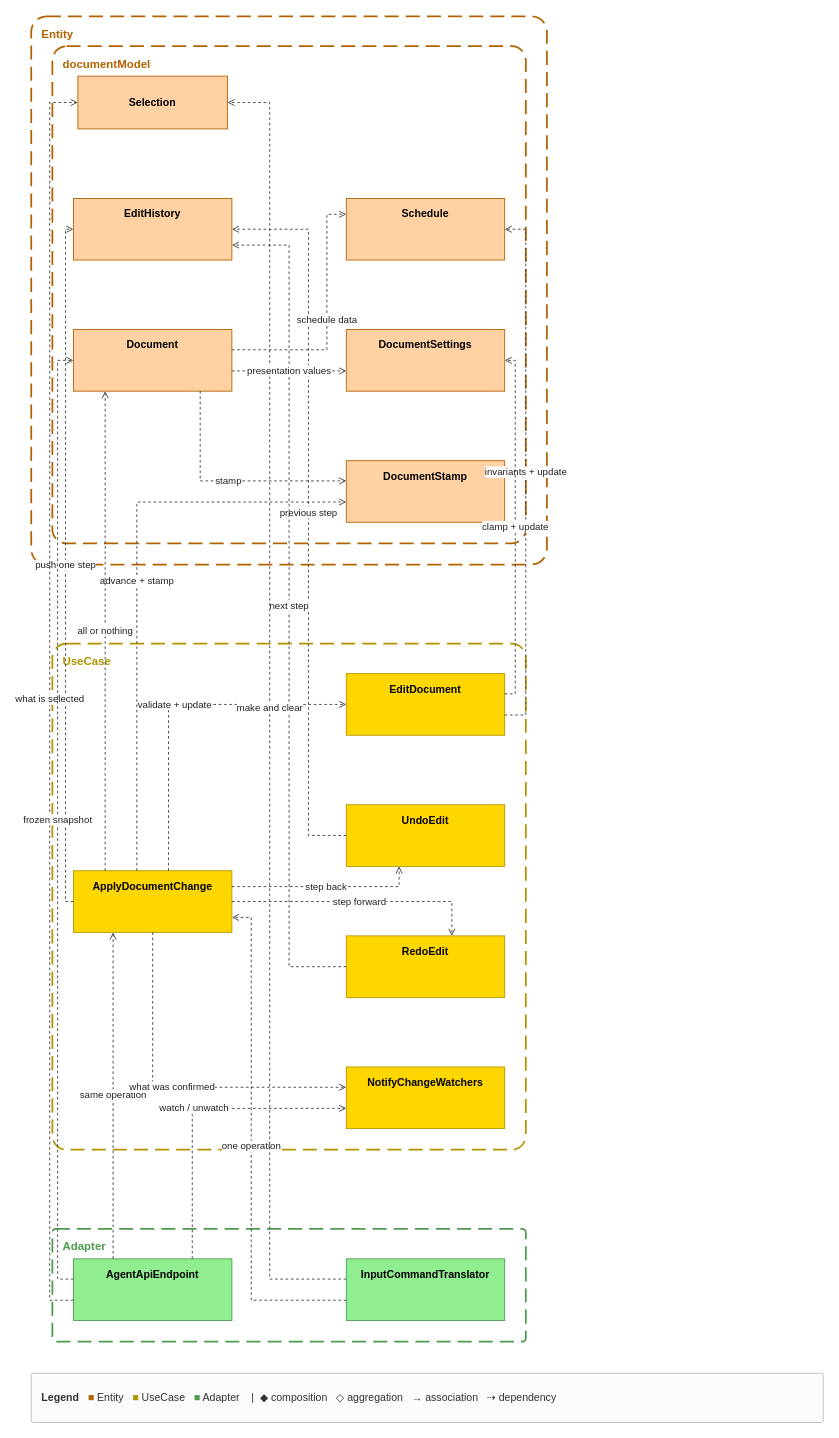
Before: docs/spec/_assets/source/view-write.drawio in GoodRelax/gr-scheduler, a draw.io diagram. Source tidied: cells renumbered, new cells numbered last; positions are measured from the earlier drawing's top-left corner, leaving out a move shared by most shapes. Both pictures are drawn from the tidied source at 88%, with x=0, y=0 at pixel (31, 16).
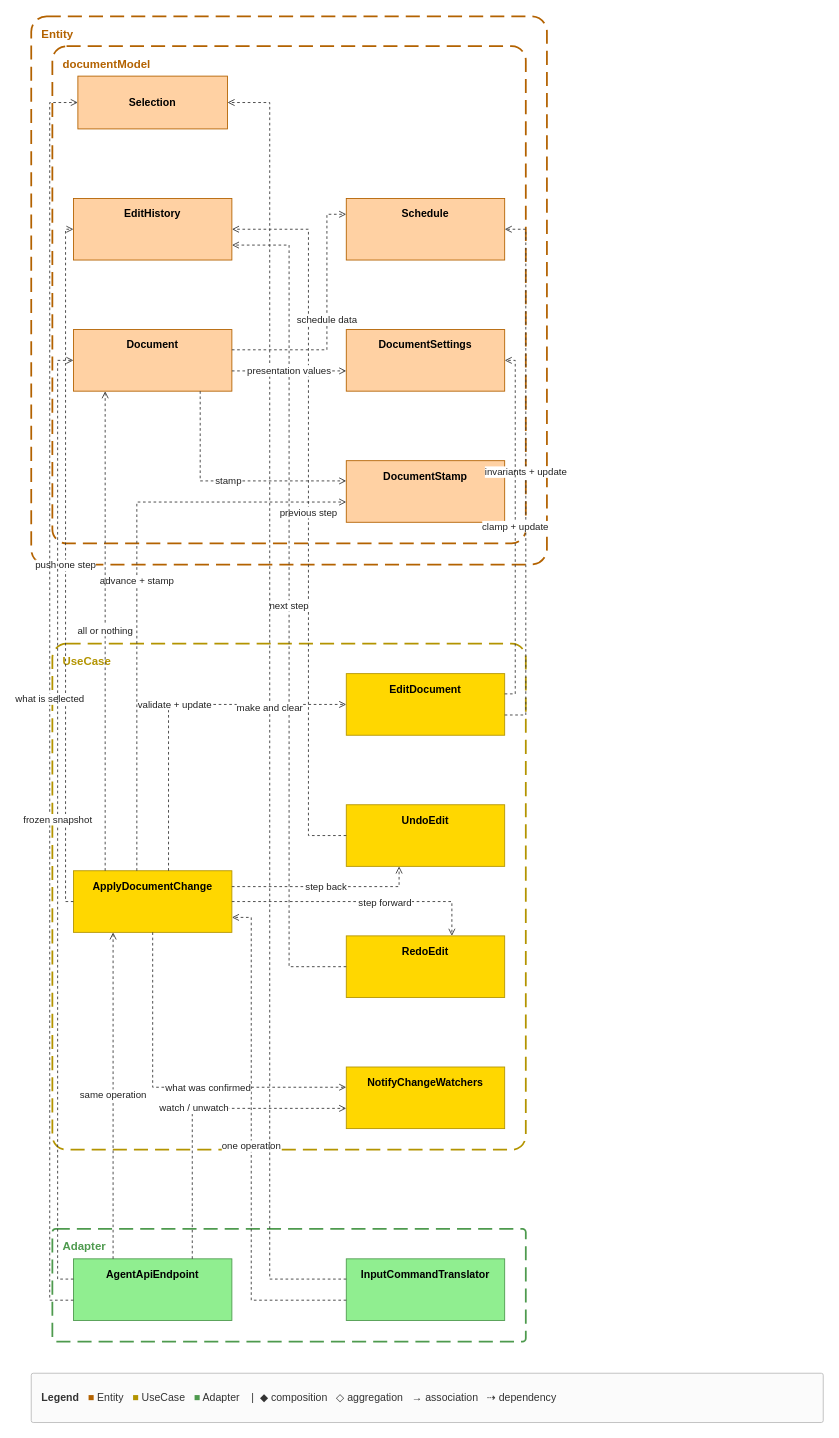
Above is the later version.

Unchanged cells that the change refers to:
```xml
<mxCell id="8" value="&lt;b&gt;ApplyDocumentChange&lt;/b&gt;" style="rounded=0;whiteSpace=wrap;html=1;verticalAlign=top;spacingTop=4;fillColor=#FFD700;strokeColor=#B39400;" parent="1" vertex="1">
  <mxGeometry x="48" y="971" width="180" height="70" as="geometry" />
</mxCell>
<mxCell id="11" value="&lt;b&gt;RedoEdit&lt;/b&gt;" style="rounded=0;whiteSpace=wrap;html=1;verticalAlign=top;spacingTop=4;fillColor=#FFD700;strokeColor=#B39400;" parent="1" vertex="1">
  <mxGeometry x="358" y="1045" width="180" height="70" as="geometry" />
</mxCell>
<mxCell id="12" value="&lt;b&gt;NotifyChangeWatchers&lt;/b&gt;" style="rounded=0;whiteSpace=wrap;html=1;verticalAlign=top;spacingTop=4;fillColor=#FFD700;strokeColor=#B39400;" parent="1" vertex="1">
  <mxGeometry x="358" y="1194" width="180" height="70" as="geometry" />
</mxCell>
```

What changed in the source:
```diff
@@
-    <mxCell id="24" value="step forward" style="edgeStyle=orthogonalEdgeStyle;rounded=0;html=1;strokeColor=#3A3A3A;fontSize=11;fontColor=#222222;labelBackgroundColor=#FFFFFF;endArrow=open;dashed=1;" parent="1" edge="1" source="8" target="11">
+    <mxCell id="24" style="edgeStyle=orthogonalEdgeStyle;rounded=0;html=1;strokeColor=#3A3A3A;fontSize=11;fontColor=#222222;labelBackgroundColor=#FFFFFF;endArrow=open;dashed=1;" parent="1" edge="1" source="8" target="11">
       <mxGeometry relative="1" as="geometry">
         <Array as="points">
           <mxPoint x="329" y="1006" />
           <mxPoint x="478" y="1006" />
           <mxPoint x="478" y="1006" />
           <mxPoint x="478" y="1006" />
           <mxPoint x="478" y="1026" />
         </Array>
       </mxGeometry>
     </mxCell>
+    <mxCell id="40" value="step forward" style="edgeLabel;html=1;align=center;verticalAlign=middle;labelBackgroundColor=#FFFFFF;fontSize=11;fontColor=#222222;" parent="24" vertex="1">
+      <mxGeometry x="0.2" relative="1" as="geometry" />
+    </mxCell>
-    <mxCell id="25" value="what was confirmed" style="edgeStyle=orthogonalEdgeStyle;rounded=0;html=1;strokeColor=#3A3A3A;fontSize=11;fontColor=#222222;labelBackgroundColor=#FFFFFF;endArrow=open;dashed=1;" parent="1" edge="1" source="8" target="12">
+    <mxCell id="25" style="edgeStyle=orthogonalEdgeStyle;rounded=0;html=1;strokeColor=#3A3A3A;fontSize=11;fontColor=#222222;labelBackgroundColor=#FFFFFF;endArrow=open;dashed=1;" parent="1" edge="1" source="8" target="12">
       <mxGeometry relative="1" as="geometry">
         <Array as="points">
           <mxPoint x="138" y="1101" />
           <mxPoint x="138" y="1217" />
           <mxPoint x="138" y="1217" />
           <mxPoint x="138" y="1217" />
           <mxPoint x="266" y="1217" />
         </Array>
       </mxGeometry>
     </mxCell>
+    <mxCell id="41" value="what was confirmed" style="edgeLabel;html=1;align=center;verticalAlign=middle;labelBackgroundColor=#FFFFFF;fontSize=11;fontColor=#222222;" parent="25" vertex="1">
+      <mxGeometry x="0.2" relative="1" as="geometry" />
+    </mxCell>
```
